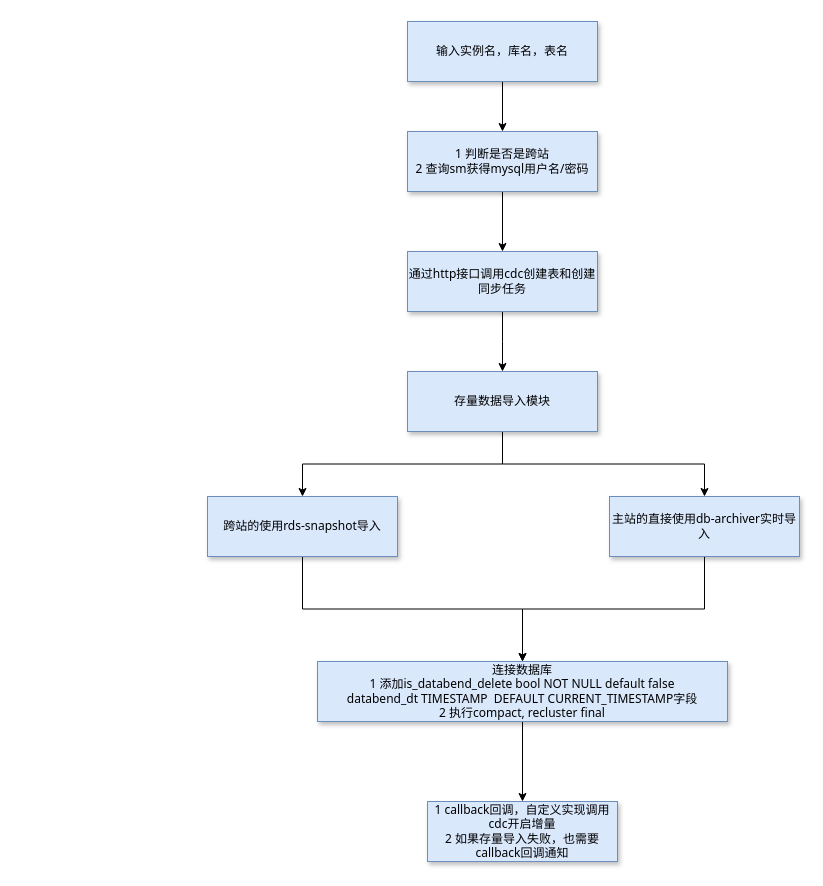
Above: doc/databend自动化数据导入流程.drawio in jackjoesh/databend (draw.io), before the change. Source tidied: cells renumbered, new cells numbered last; positions are measured from the earlier drawing's top-left corner, leaving out a move shared by most shapes. Both pictures are drawn from the tidied source at 100%, with x=0, y=0 at pixel (207, 21).
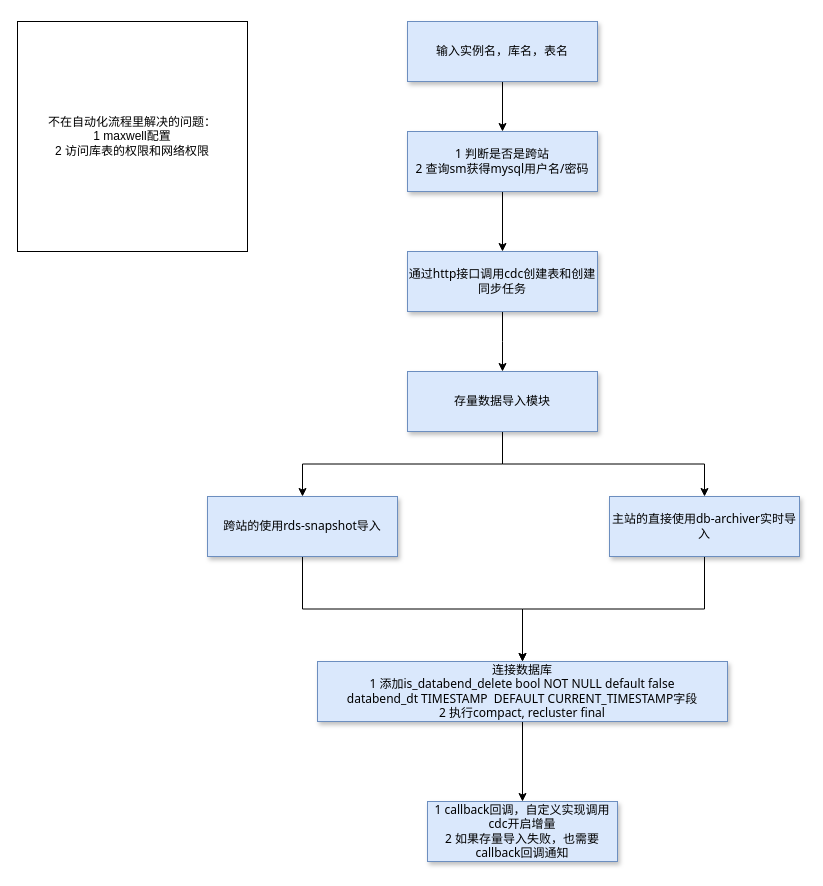
Above is the later version.

Commit message (it also covers changes not shown here):
更新databend自动化数据导入流程.drawio

Change to the diagram source:
```diff
@@
 <mxGraphModel>
   <root>
     <mxCell id="0" />
     <mxCell id="1" parent="0" />
     <mxCell id="2" style="edgeStyle=orthogonalEdgeStyle;rounded=0;jettySize=auto;html=1;exitX=0.5;exitY=1;exitDx=0;exitDy=0;entryX=0.5;entryY=0;entryDx=0;entryDy=0;" parent="1" edge="1" source="3" target="5">
       <mxGeometry relative="1" as="geometry" />
     </mxCell>
     <mxCell id="3" value="输入实例名，库名，表名" style="rounded=0;whiteSpace=wrap;html=1;fillColor=#dae8fc;strokeColor=#6c8ebf;shadow=1;fontFamily=Tahoma;" parent="1" vertex="1">
       <mxGeometry x="200" width="190" height="60" as="geometry" />
     </mxCell>
     <mxCell id="4" style="edgeStyle=orthogonalEdgeStyle;rounded=0;jettySize=auto;html=1;exitX=0.5;exitY=1;exitDx=0;exitDy=0;" parent="1" edge="1" source="5" target="9">
       <mxGeometry relative="1" as="geometry" />
     </mxCell>
     <mxCell id="5" value="1 判断是否是跨站&lt;br&gt;2 查询sm获得mysql用户名/密码" style="rounded=0;whiteSpace=wrap;html=1;fillColor=#dae8fc;strokeColor=#6c8ebf;shadow=1;fontFamily=Tahoma;" parent="1" vertex="1">
       <mxGeometry x="200" y="110" width="190" height="60" as="geometry" />
     </mxCell>
     <mxCell id="6" style="edgeStyle=orthogonalEdgeStyle;rounded=0;jettySize=auto;html=1;exitX=0.5;exitY=1;exitDx=0;exitDy=0;entryX=0.5;entryY=0;entryDx=0;entryDy=0;" parent="1" edge="1" source="7" target="16">
       <mxGeometry relative="1" as="geometry" />
     </mxCell>
     <mxCell id="7" value="跨站的使用rds-snapshot导入" style="rounded=0;whiteSpace=wrap;html=1;fillColor=#dae8fc;strokeColor=#6c8ebf;shadow=1;fontFamily=Tahoma;" parent="1" vertex="1">
       <mxGeometry y="475" width="190" height="60" as="geometry" />
     </mxCell>
     <mxCell id="8" style="edgeStyle=orthogonalEdgeStyle;rounded=0;jettySize=auto;html=1;exitX=0.5;exitY=1;exitDx=0;exitDy=0;" parent="1" edge="1" source="9">
       <mxGeometry relative="1" as="geometry">
         <mxPoint x="295" y="350" as="targetPoint" />
       </mxGeometry>
     </mxCell>
     <mxCell id="9" value="通过http接口调用cdc创建表和创建同步任务" style="rounded=0;whiteSpace=wrap;html=1;fillColor=#dae8fc;strokeColor=#6c8ebf;shadow=1;fontFamily=Tahoma;" parent="1" vertex="1">
       <mxGeometry x="200" y="230" width="190" height="60" as="geometry" />
     </mxCell>
     <mxCell id="10" style="edgeStyle=orthogonalEdgeStyle;rounded=0;jettySize=auto;html=1;exitX=0.5;exitY=1;exitDx=0;exitDy=0;entryX=0.5;entryY=0;entryDx=0;entryDy=0;" parent="1" edge="1" source="11" target="16">
       <mxGeometry relative="1" as="geometry" />
     </mxCell>
     <mxCell id="11" value="主站的直接使用db-archiver实时导入" style="rounded=0;whiteSpace=wrap;html=1;fillColor=#dae8fc;strokeColor=#6c8ebf;shadow=1;fontFamily=Tahoma;" parent="1" vertex="1">
       <mxGeometry x="402" y="475" width="190" height="60" as="geometry" />
     </mxCell>
     <mxCell id="12" style="edgeStyle=orthogonalEdgeStyle;rounded=0;jettySize=auto;html=1;exitX=0.5;exitY=1;exitDx=0;exitDy=0;entryX=0.5;entryY=0;entryDx=0;entryDy=0;" parent="1" edge="1" source="14" target="7">
       <mxGeometry relative="1" as="geometry" />
     </mxCell>
     <mxCell id="13" style="edgeStyle=orthogonalEdgeStyle;rounded=0;jettySize=auto;html=1;exitX=0.5;exitY=1;exitDx=0;exitDy=0;" parent="1" edge="1" source="14" target="11">
       <mxGeometry relative="1" as="geometry" />
     </mxCell>
     <mxCell id="14" value="存量数据导入模块" style="rounded=0;whiteSpace=wrap;html=1;fillColor=#dae8fc;strokeColor=#6c8ebf;shadow=1;fontFamily=Tahoma;" parent="1" vertex="1">
       <mxGeometry x="200" y="350" width="190" height="60" as="geometry" />
     </mxCell>
     <mxCell id="15" style="edgeStyle=orthogonalEdgeStyle;rounded=0;jettySize=auto;html=1;exitX=0.5;exitY=1;exitDx=0;exitDy=0;" parent="1" edge="1" source="16" target="17">
       <mxGeometry relative="1" as="geometry" />
     </mxCell>
     <mxCell id="16" value="连接数据库&lt;br&gt;1 添加&lt;span style=&quot;background-color: transparent;&quot;&gt;is_databend_delete bool NOT NULL default false&lt;/span&gt;&lt;div&gt;databend_dt TIMESTAMP&amp;nbsp; DEFAULT CURRENT_TIMESTAMP字段&lt;br&gt;2 执行compact, recluster final&lt;/div&gt;" style="rounded=0;whiteSpace=wrap;html=1;fillColor=#dae8fc;strokeColor=#6c8ebf;shadow=1;fontFamily=Tahoma;" parent="1" vertex="1">
       <mxGeometry x="110" y="640" width="410" height="60" as="geometry" />
     </mxCell>
     <mxCell id="17" value="1 callback回调，自定义实现调用cdc开启增量&lt;div&gt;2 如果存量导入失败，也需要&lt;span style=&quot;background-color: transparent; color: light-dark(rgb(0, 0, 0), rgb(255, 255, 255));&quot;&gt;callback回调通知&lt;/span&gt;&lt;/div&gt;" style="rounded=0;whiteSpace=wrap;html=1;fillColor=#dae8fc;strokeColor=#6c8ebf;shadow=1;fontFamily=Tahoma;" parent="1" vertex="1">
       <mxGeometry x="220" y="780" width="190" height="60" as="geometry" />
     </mxCell>
+    <mxCell id="18" value="不在自动化流程里解决的问题：&lt;br&gt;1 maxwell配置&lt;br&gt;2 访问库表的权限和网络权限" style="whiteSpace=wrap;html=1;" parent="1" vertex="1">
+      <mxGeometry x="-190" width="230" height="230" as="geometry" />
+    </mxCell>
   </root>
 </mxGraphModel>
```
